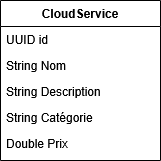
Above: UML_Diagrams/Diagramme_de_classes.png in hafsaa22/API_REST_Serverless (draw.io), before the change. Source tidied: cells renumbered, new cells last; positions are measured from the earlier drawing's top-left corner, leaving out a move shared by most shapes.
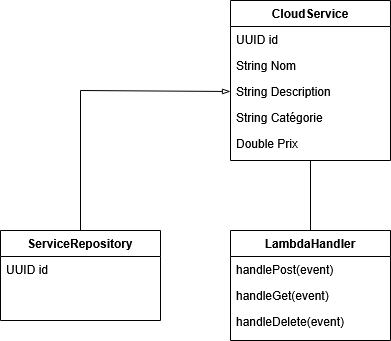
The same file after the commit.

Commit message:
Update des entités

Change to the diagram source:
```diff
@@ -20,5 +20,35 @@
     <mxCell id="7" value="Double Prix" style="text;align=left;verticalAlign=top;spacingLeft=4;spacingRight=4;overflow=hidden;rounded=0;shadow=0;html=0;" parent="2" vertex="1">
       <mxGeometry y="130" width="160" height="26" as="geometry" />
     </mxCell>
+    <mxCell id="8" value="LambdaHandler" style="swimlane;fontStyle=1;align=center;verticalAlign=top;horizontal=1;startSize=26;rounded=0;shadow=0;strokeWidth=1;" parent="1" vertex="1">
+      <mxGeometry y="230" width="160" height="110" as="geometry" />
+    </mxCell>
+    <mxCell id="9" value="handlePost(event)" style="text;align=left;verticalAlign=top;spacingLeft=4;spacingRight=4;overflow=hidden;" parent="8" vertex="1">
+      <mxGeometry y="26" width="160" height="26" as="geometry" />
+    </mxCell>
+    <mxCell id="10" value="handleGet(event)" style="text;align=left;verticalAlign=top;spacingLeft=4;spacingRight=4;overflow=hidden;rounded=0;shadow=0;html=0;" parent="8" vertex="1">
+      <mxGeometry y="52" width="160" height="26" as="geometry" />
+    </mxCell>
+    <mxCell id="11" value="handleDelete(event)" style="text;align=left;verticalAlign=top;spacingLeft=4;spacingRight=4;overflow=hidden;rounded=0;shadow=0;html=0;" parent="8" vertex="1">
+      <mxGeometry y="78" width="160" height="26" as="geometry" />
+    </mxCell>
+    <mxCell id="12" style="endArrow=none;html=1;rounded=0;entryX=0.5;entryY=1;entryDx=0;entryDy=0;" parent="1" edge="1" target="2">
+      <mxGeometry relative="1" as="geometry">
+        <mxPoint x="80" y="230" as="sourcePoint" />
+      </mxGeometry>
+    </mxCell>
+    <mxCell id="13" value="ServiceRepository" style="swimlane;fontStyle=1;align=center;verticalAlign=top;horizontal=1;startSize=26;rounded=0;shadow=0;strokeWidth=1;" parent="1" vertex="1">
+      <mxGeometry x="-230" y="230" width="160" height="90" as="geometry" />
+    </mxCell>
+    <mxCell id="14" value="UUID id" style="text;align=left;verticalAlign=top;spacingLeft=4;spacingRight=4;overflow=hidden;" parent="13" vertex="1">
+      <mxGeometry y="26" width="160" height="26" as="geometry" />
+    </mxCell>
+    <mxCell id="15" style="endArrow=blockThin;html=1;rounded=0;endFill=0;entryX=0;entryY=0.5;entryDx=0;entryDy=0;exitX=0.5;exitY=0;exitDx=0;exitDy=0;" parent="1" edge="1" source="13" target="5">
+      <mxGeometry relative="1" as="geometry">
+        <Array as="points">
+          <mxPoint x="-150" y="90" />
+        </Array>
+      </mxGeometry>
+    </mxCell>
   </root>
 </mxGraphModel>
```
